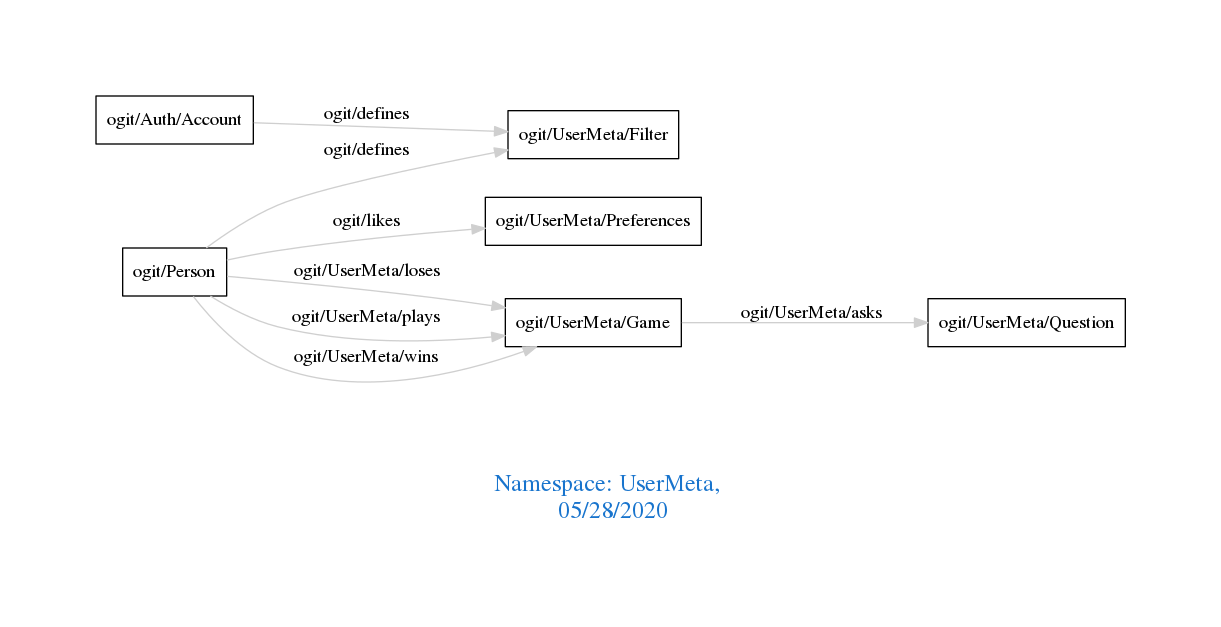
This is downloads/UserMeta.png from arago/OGIT, a Graphviz export, as it was before one commit. Its source is kept beside it as downloads/UserMeta.dot.
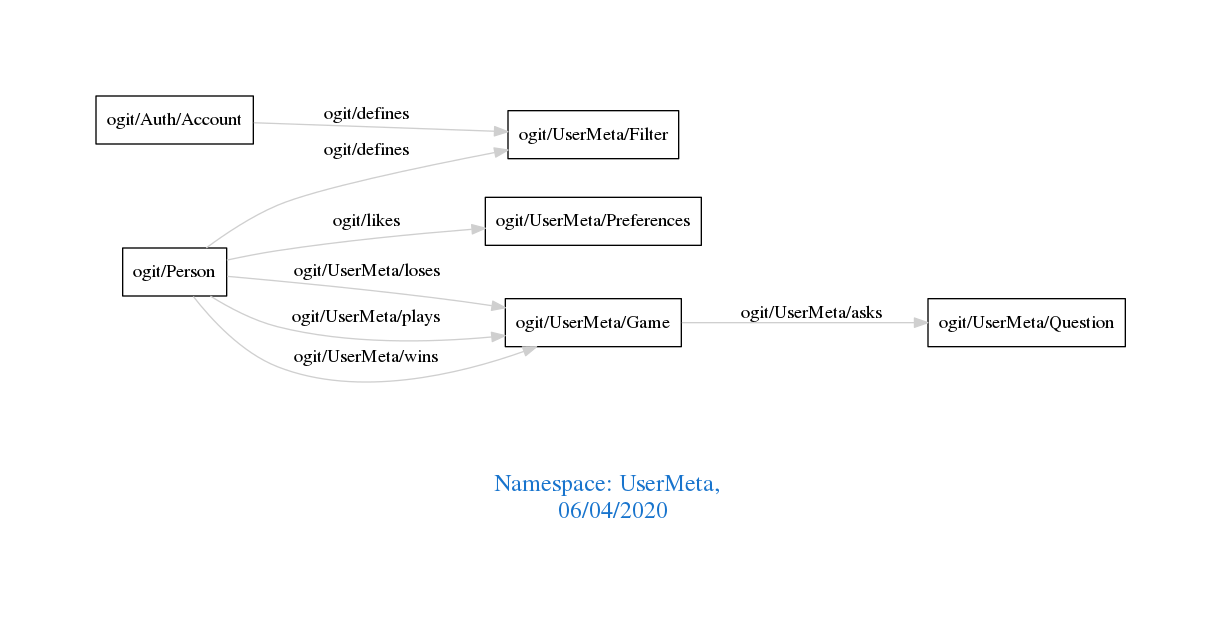
The same file after the commit.

What changed in the source:
```diff
@@ -1,7 +1,7 @@
 digraph OGIT_ontology {
  graph [ rankdir= LR,pad=1
 fontsize = 18,
-fontcolor= dodgerblue3,label = "\n\n\nNamespace: UserMeta, \n 05/28/2020"];
+fontcolor= dodgerblue3,label = "\n\n\nNamespace: UserMeta, \n 06/04/2020"];
 node[shape=polygon];
 edge [  color="gray81"];
 
```
